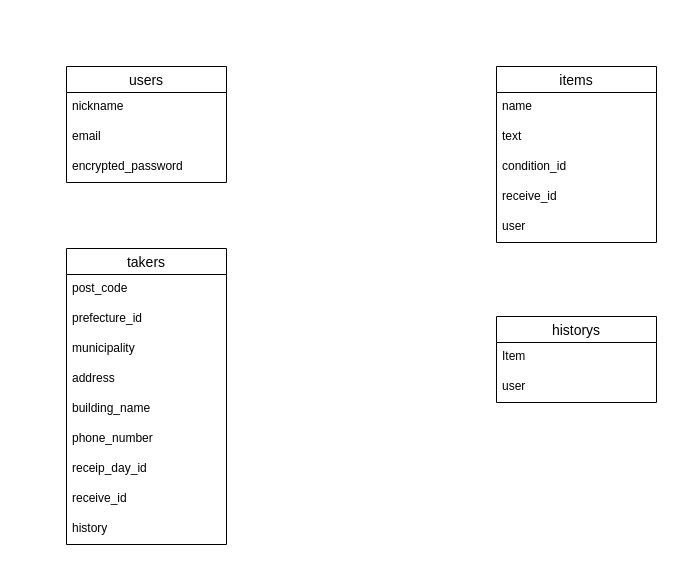
The draw.io diagram reuse.dio in campdaisuki/reuse_app, before the edit. Source tidied: cells renumbered, new cells numbered last; positions are measured from the earlier drawing's top-left corner, leaving out a move shared by most shapes. Both pictures are drawn from the tidied source at 100%, with x=0, y=0 at pixel (66, 66).
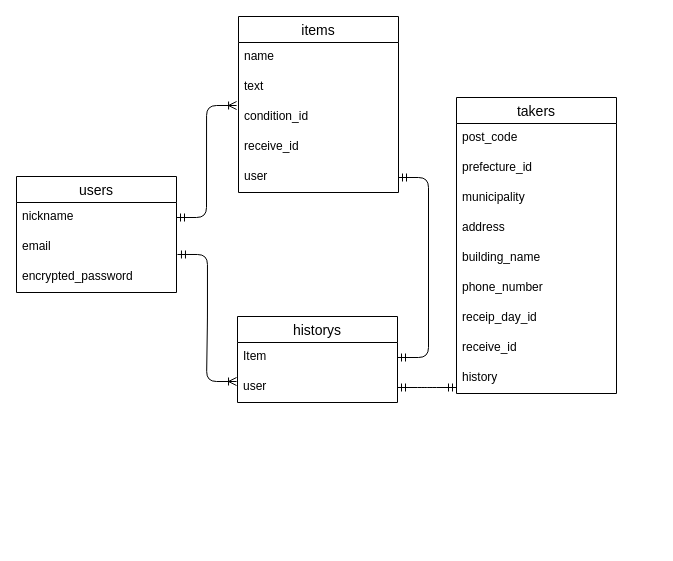
The same page after the edit.

Unchanged cells that the change refers to:
```xml
<mxCell id="3" value="nickname" style="text;strokeColor=none;fillColor=none;spacingLeft=4;spacingRight=4;overflow=hidden;points=[[0,0.5],[1,0.5]];portConstraint=eastwest;fontSize=12;" parent="2" vertex="1">
  <mxGeometry y="26" width="160" height="30" as="geometry" />
</mxCell>
<mxCell id="4" value="email" style="text;strokeColor=none;fillColor=none;spacingLeft=4;spacingRight=4;overflow=hidden;points=[[0,0.5],[1,0.5]];portConstraint=eastwest;fontSize=12;" parent="2" vertex="1">
  <mxGeometry y="56" width="160" height="30" as="geometry" />
</mxCell>
<mxCell id="9" value="condition_id" style="text;strokeColor=none;fillColor=none;spacingLeft=4;spacingRight=4;overflow=hidden;points=[[0,0.5],[1,0.5]];portConstraint=eastwest;fontSize=12;" parent="6" vertex="1">
  <mxGeometry y="86" width="160" height="30" as="geometry" />
</mxCell>
<mxCell id="11" value="user" style="text;strokeColor=none;fillColor=none;spacingLeft=4;spacingRight=4;overflow=hidden;points=[[0,0.5],[1,0.5]];portConstraint=eastwest;fontSize=12;" parent="6" vertex="1">
  <mxGeometry y="146" width="160" height="30" as="geometry" />
</mxCell>
<mxCell id="23" value="Item" style="text;strokeColor=none;fillColor=none;spacingLeft=4;spacingRight=4;overflow=hidden;points=[[0,0.5],[1,0.5]];portConstraint=eastwest;fontSize=12;" parent="22" vertex="1">
  <mxGeometry y="26" width="160" height="30" as="geometry" />
</mxCell>
<mxCell id="24" value="user" style="text;strokeColor=none;fillColor=none;spacingLeft=4;spacingRight=4;overflow=hidden;points=[[0,0.5],[1,0.5]];portConstraint=eastwest;fontSize=12;" parent="22" vertex="1">
  <mxGeometry y="56" width="160" height="30" as="geometry" />
</mxCell>
```

The edit, as a diff of the source:
```diff
@@
     <mxCell id="2" value="users" style="swimlane;fontStyle=0;horizontal=1;startSize=26;align=center;fontSize=14;" parent="1" vertex="1">
-      <mxGeometry width="160" height="116" as="geometry" />
+      <mxGeometry x="-50" y="110" width="160" height="116" as="geometry" />
     </mxCell>
@@
     <mxCell id="6" value="items" style="swimlane;fontStyle=0;horizontal=1;startSize=26;align=center;fontSize=14;" parent="1" vertex="1">
-      <mxGeometry x="430" width="160" height="176" as="geometry" />
+      <mxGeometry x="172" y="-50" width="160" height="176" as="geometry" />
     </mxCell>
@@
     <mxCell id="12" value="takers" style="swimlane;fontStyle=0;horizontal=1;startSize=26;align=center;fontSize=14;" parent="1" vertex="1">
-      <mxGeometry y="182" width="160" height="296" as="geometry" />
+      <mxGeometry x="390" y="31" width="160" height="296" as="geometry" />
     </mxCell>
@@
     <mxCell id="22" value="historys" style="swimlane;fontStyle=0;horizontal=1;startSize=26;align=center;fontSize=14;" parent="1" vertex="1">
-      <mxGeometry x="430" y="250" width="160" height="86" as="geometry" />
+      <mxGeometry x="171" y="250" width="160" height="86" as="geometry" />
     </mxCell>
@@
+    <mxCell id="25" style="edgeStyle=entityRelationEdgeStyle;fontSize=12;html=1;endArrow=ERoneToMany;startArrow=ERmandOne;exitX=1;exitY=0.5;exitDx=0;exitDy=0;entryX=-0.012;entryY=0.1;entryDx=0;entryDy=0;entryPerimeter=0;" parent="1" edge="1" source="3" target="9">
+      <mxGeometry relative="1" as="geometry" />
+    </mxCell>
+    <mxCell id="26" style="edgeStyle=entityRelationEdgeStyle;fontSize=12;html=1;endArrow=ERoneToMany;startArrow=ERmandOne;exitX=1.006;exitY=0.733;exitDx=0;exitDy=0;exitPerimeter=0;entryX=-0.006;entryY=0.3;entryDx=0;entryDy=0;entryPerimeter=0;" parent="1" edge="1" source="4" target="24">
+      <mxGeometry relative="1" as="geometry" />
+    </mxCell>
+    <mxCell id="27" style="edgeStyle=entityRelationEdgeStyle;fontSize=12;html=1;endArrow=ERmandOne;startArrow=ERmandOne;" parent="1" edge="1" source="11" target="23">
+      <mxGeometry relative="1" as="geometry" />
+    </mxCell>
+    <mxCell id="28" style="edgeStyle=entityRelationEdgeStyle;fontSize=12;html=1;endArrow=ERmandOne;startArrow=ERmandOne;exitX=1;exitY=0.5;exitDx=0;exitDy=0;" parent="1" edge="1" source="24">
+      <mxGeometry relative="1" as="geometry">
+        <mxPoint x="390" y="321" as="targetPoint" />
+      </mxGeometry>
+    </mxCell>
```
